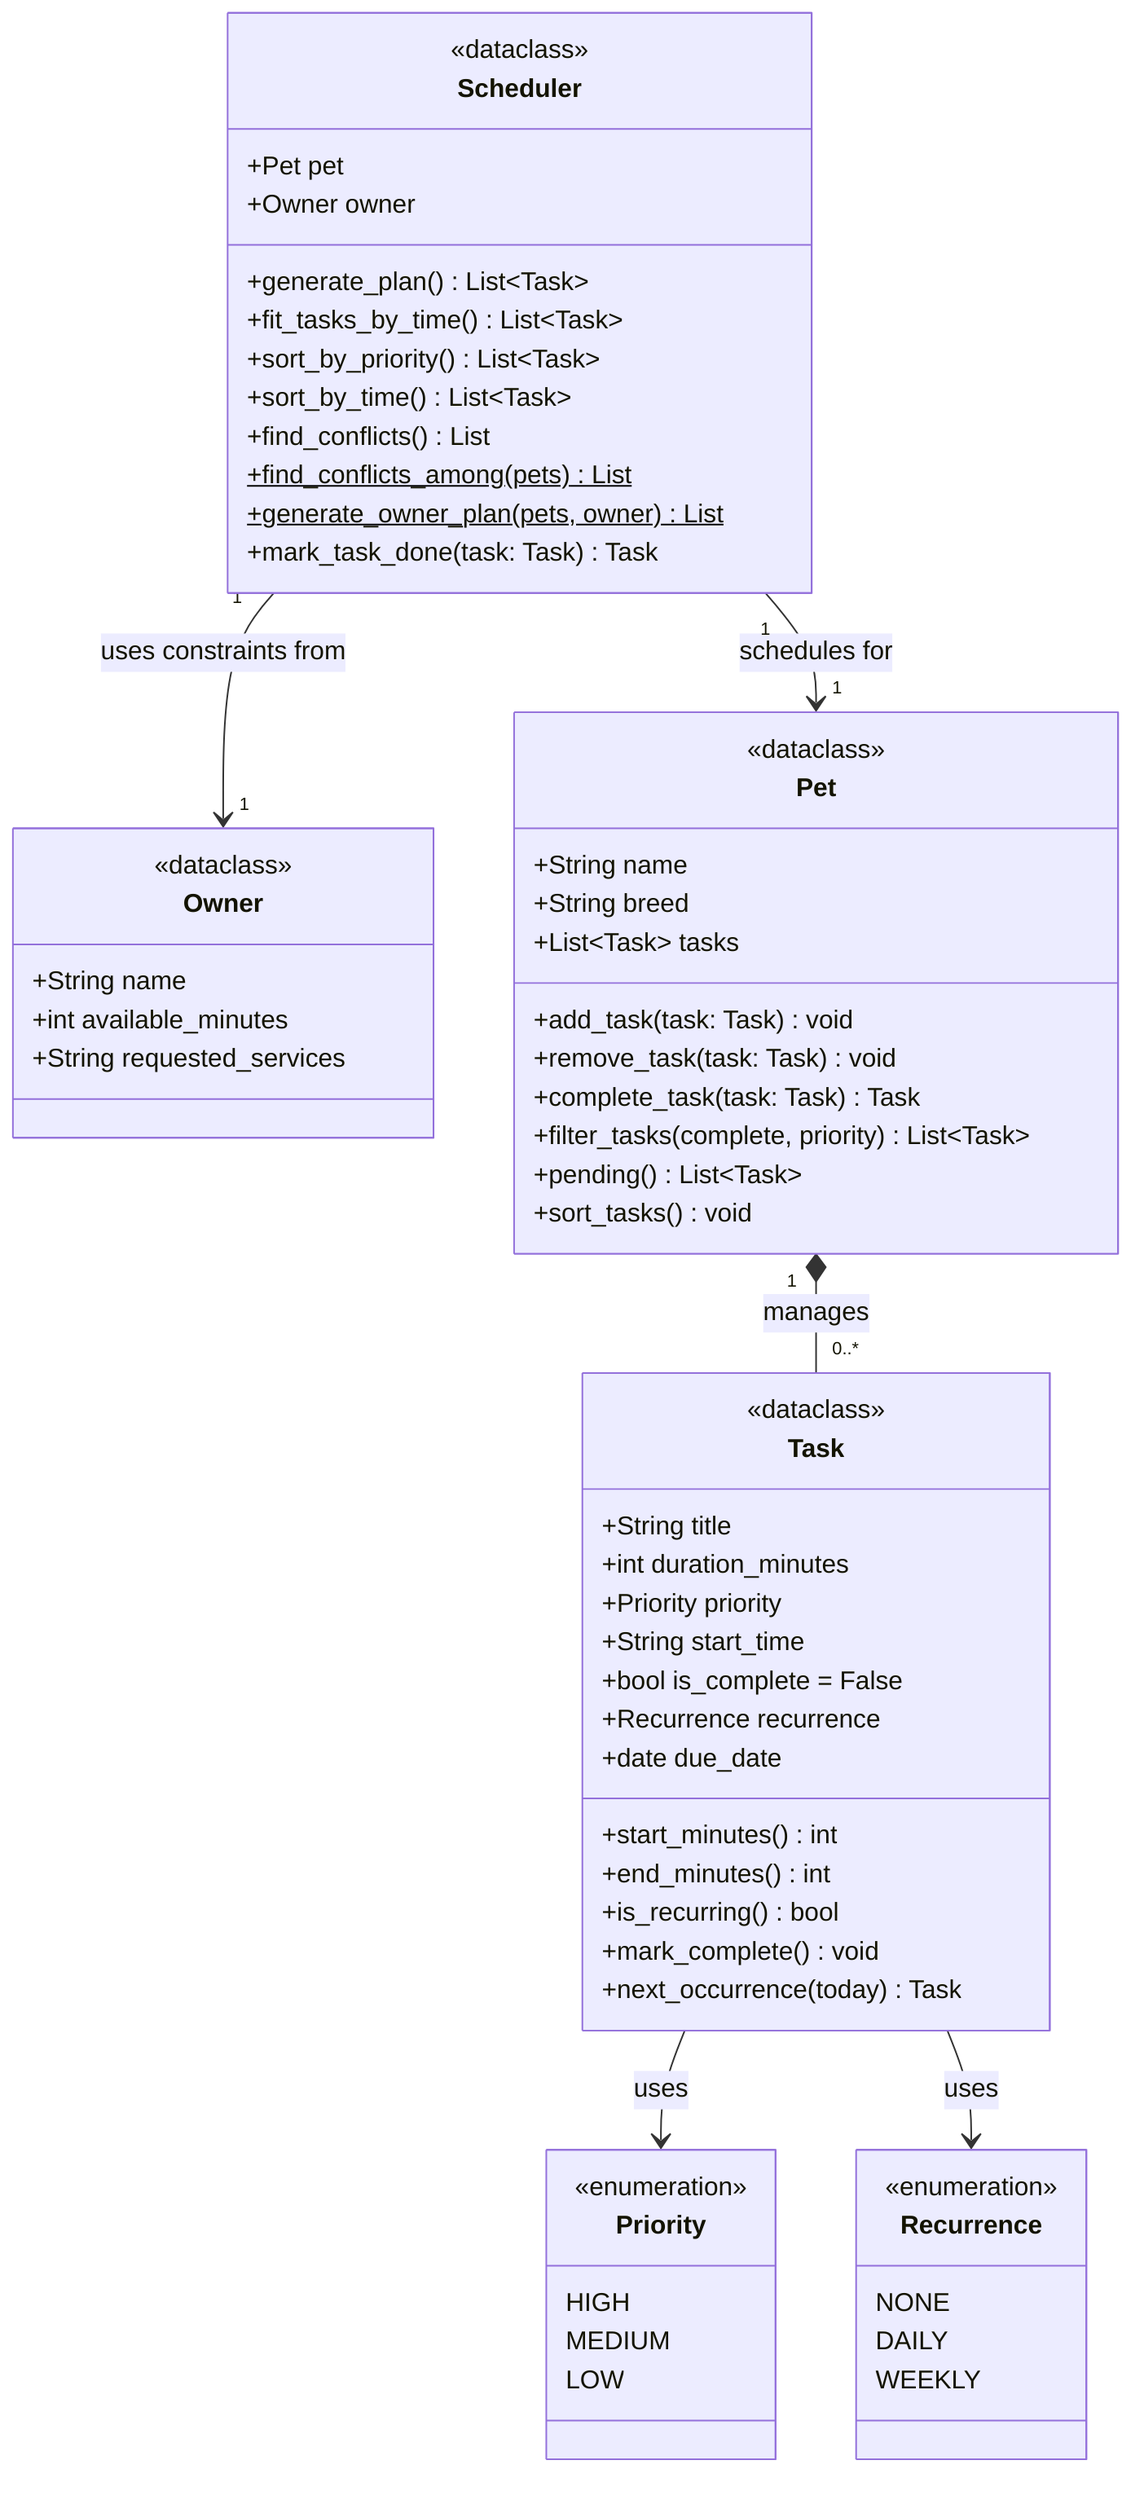
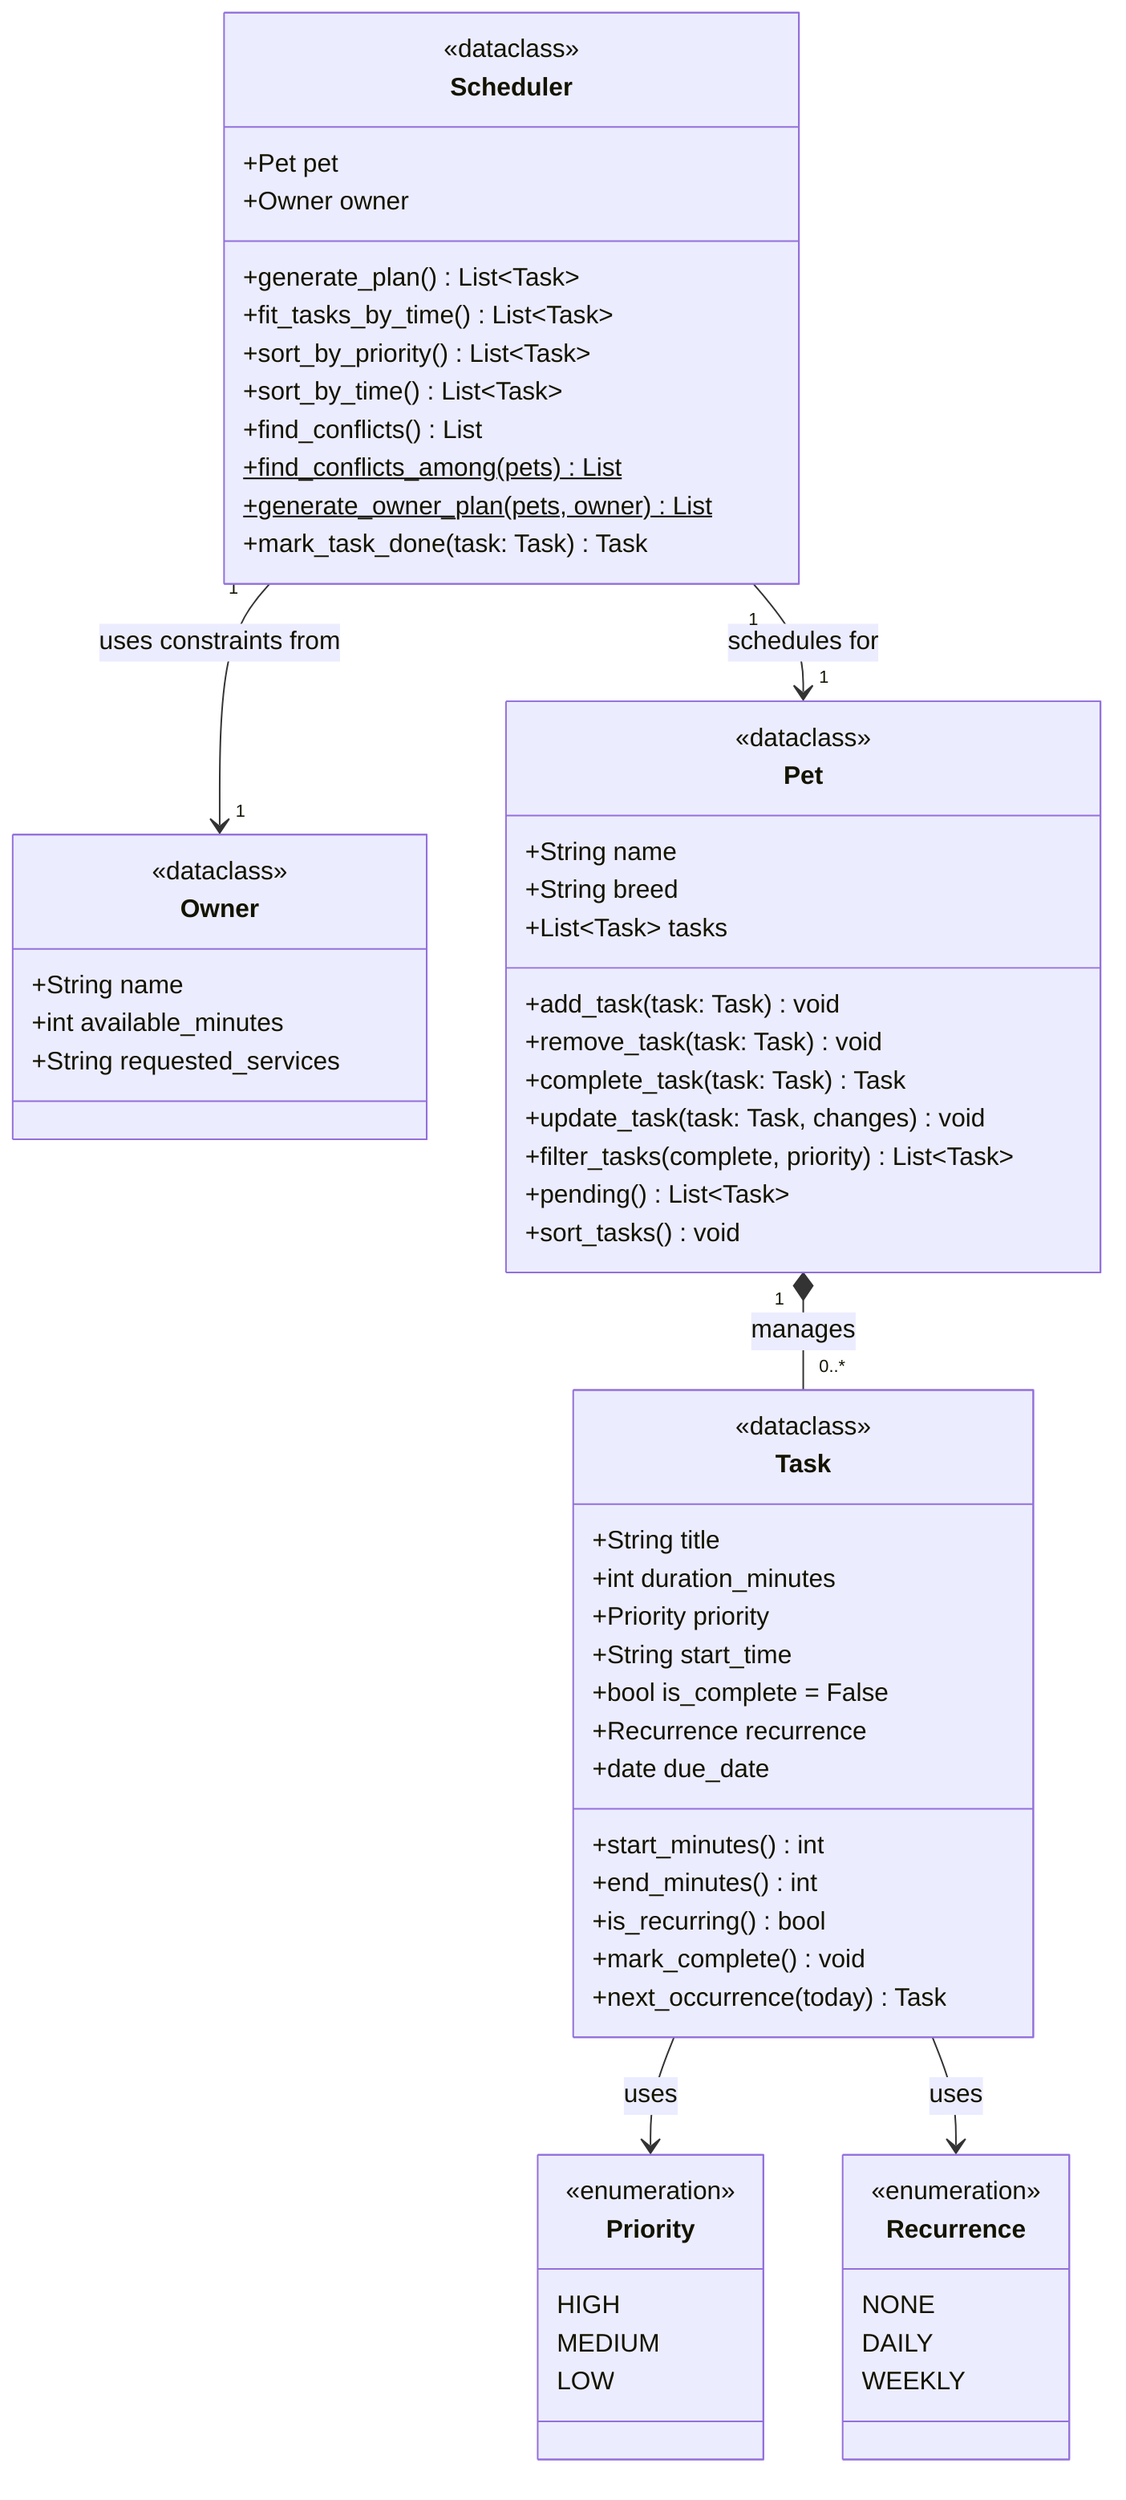
classDiagram
    class Priority {
        <<enumeration>>
        HIGH
        MEDIUM
        LOW
    }

    class Recurrence {
        <<enumeration>>
        NONE
        DAILY
        WEEKLY
    }

    class Owner {
        <<dataclass>>
        +String name
        +int available_minutes
        +String requested_services
    }

    class Pet {
        <<dataclass>>
        +String name
        +String breed
        +List~Task~ tasks
        +add_task(task: Task) void
        +remove_task(task: Task) void
        +complete_task(task: Task) Task
+         +update_task(task: Task, changes) void
        +filter_tasks(complete, priority) List~Task~
        +pending() List~Task~
        +sort_tasks() void
    }

    class Task {
        <<dataclass>>
        +String title
        +int duration_minutes
        +Priority priority
        +String start_time
        +bool is_complete = False
        +Recurrence recurrence
        +date due_date
        +start_minutes() int
        +end_minutes() int
        +is_recurring() bool
        +mark_complete() void
        +next_occurrence(today) Task
    }

    class Scheduler {
        <<dataclass>>
        +Pet pet
        +Owner owner
        +generate_plan() List~Task~
        +fit_tasks_by_time() List~Task~
        +sort_by_priority() List~Task~
        +sort_by_time() List~Task~
        +find_conflicts() List
        +find_conflicts_among(pets)$ List
        +generate_owner_plan(pets, owner)$ List
        +mark_task_done(task: Task) Task
    }

Pet "1" *-- "0..*" Task : manages
Scheduler "1" --> "1" Pet : schedules for
Scheduler "1" --> "1" Owner : uses constraints from
Task --> Priority : uses
Task --> Recurrence : uses
